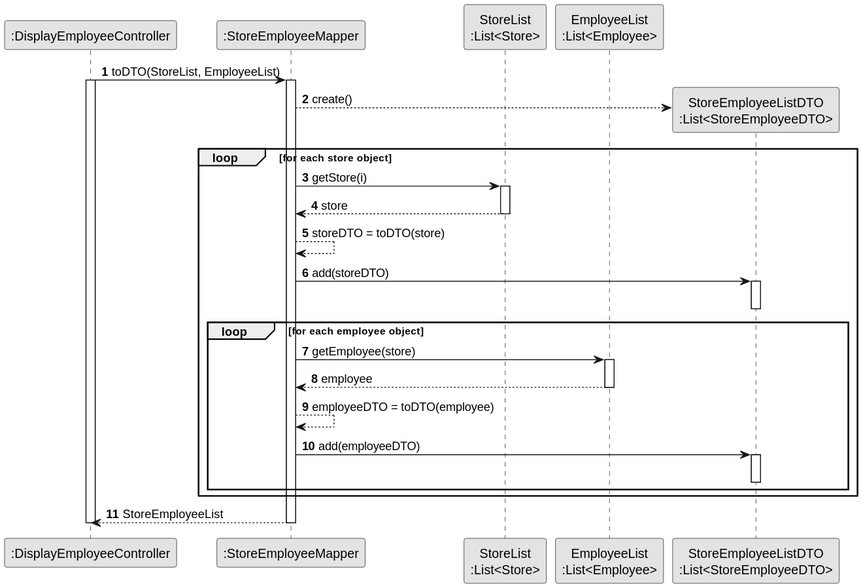
Above: docs/sprintD/US13/03.design/svg/us13-sequence-diagram-partial-toDTO.svg in PureNimble/ISEP-LAPR2 (PlantUML), before the change. The source it was exported from:
```plantuml
@startuml
skinparam monochrome true
skinparam packageStyle rectangle
skinparam shadowing false

autonumber

participant ":DisplayEmployeeController" as DisplayEmployeeController
participant ":StoreEmployeeMapper" as StoreEmployeeMapper
participant "StoreList\n:List<Store>" as StoreList
participant "EmployeeList\n:List<Employee>" as EmployeeList
participant "StoreEmployeeListDTO\n:List<StoreEmployeeDTO>" as StoreEmployeeList

        DisplayEmployeeController -> StoreEmployeeMapper : toDTO(StoreList, EmployeeList)
        activate DisplayEmployeeController
        activate StoreEmployeeMapper

        create StoreEmployeeList
        StoreEmployeeMapper --> StoreEmployeeList** : create()

        loop for each store object

            StoreEmployeeMapper -> StoreList : getStore(i)
            activate StoreList
            StoreList --> StoreEmployeeMapper : store
            deactivate StoreList

            StoreEmployeeMapper --> StoreEmployeeMapper : storeDTO = toDTO(store)

            StoreEmployeeMapper -> StoreEmployeeList : add(storeDTO)
            activate StoreEmployeeList
            deactivate StoreEmployeeList

            loop for each employee object

                StoreEmployeeMapper -> EmployeeList : getEmployee(store)
                activate EmployeeList
                EmployeeList --> StoreEmployeeMapper : employee
                deactivate EmployeeList
                StoreEmployeeMapper --> StoreEmployeeMapper : employeeDTO = toDTO(employee)
                StoreEmployeeMapper -> StoreEmployeeList : add(employeeDTO)
                activate StoreEmployeeList
                deactivate StoreEmployeeList

            end

        end

        StoreEmployeeMapper --> DisplayEmployeeController : StoreEmployeeList
        deactivate StoreEmployeeMapper

deactivate DisplayEmployeeController

@enduml
```
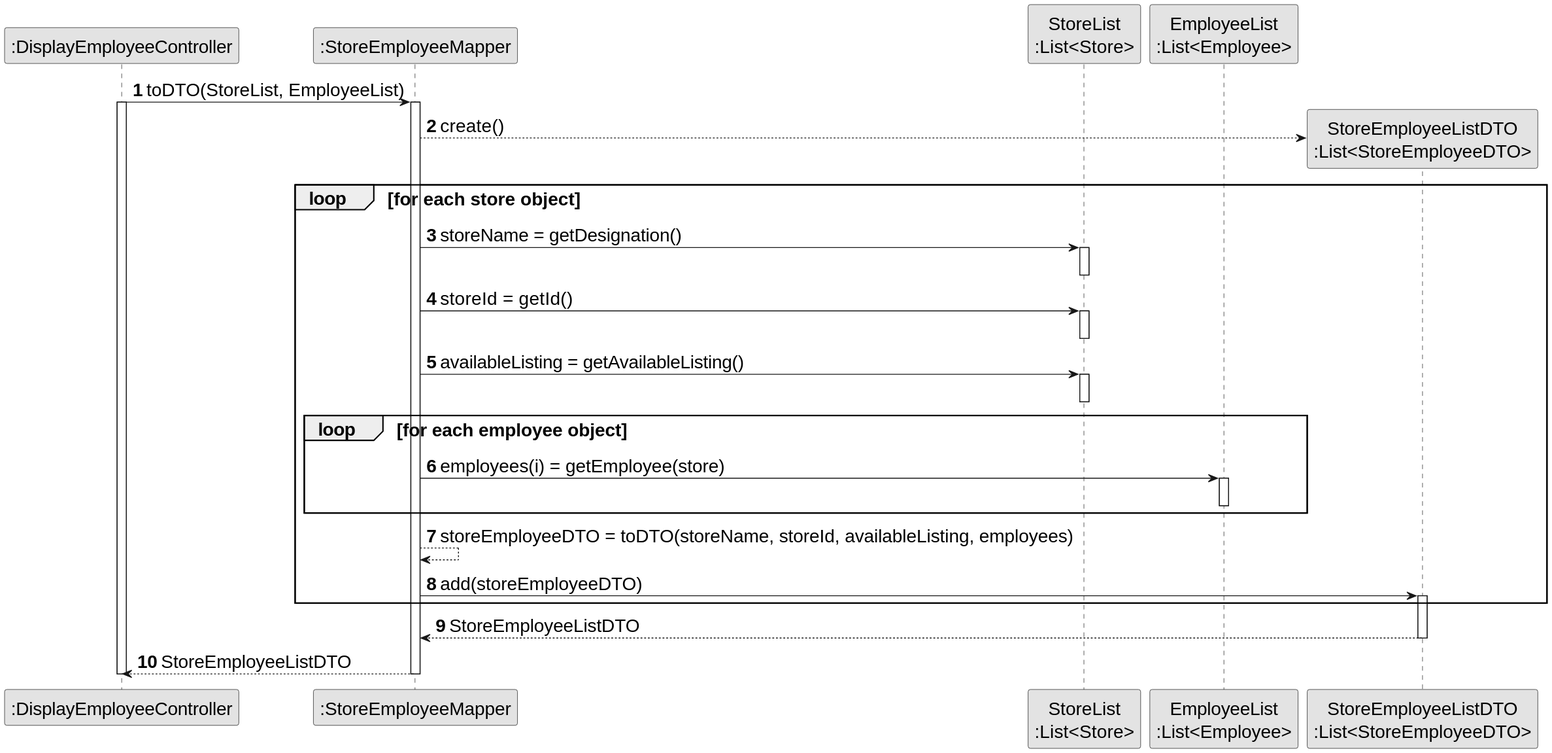
Above is the later version.

Change to the diagram source:
```diff
@@ -1,4 +1,5 @@
 @startuml
+skinparamlocked defaultFontSize 20
 skinparam monochrome true
 skinparam packageStyle rectangle
 skinparam shadowing false
@@ -20,35 +21,34 @@
 
         loop for each store object
 
-            StoreEmployeeMapper -> StoreList : getStore(i)
+            StoreEmployeeMapper -> StoreList : storeName = getDesignation()
             activate StoreList
-            StoreList --> StoreEmployeeMapper : store
             deactivate StoreList
 
-            StoreEmployeeMapper --> StoreEmployeeMapper : storeDTO = toDTO(store)
+            StoreEmployeeMapper -> StoreList : storeId = getId()
+            activate StoreList
+            deactivate StoreList
 
-            StoreEmployeeMapper -> StoreEmployeeList : add(storeDTO)
-            activate StoreEmployeeList
-            deactivate StoreEmployeeList
+            StoreEmployeeMapper -> StoreList : availableListing = getAvailableListing()
+            activate StoreList
+            deactivate StoreList
 
             loop for each employee object
 
-                StoreEmployeeMapper -> EmployeeList : getEmployee(store)
+                StoreEmployeeMapper -> EmployeeList : employees(i) = getEmployee(store)
                 activate EmployeeList
-                EmployeeList --> StoreEmployeeMapper : employee
                 deactivate EmployeeList
-                StoreEmployeeMapper --> StoreEmployeeMapper : employeeDTO = toDTO(employee)
-                StoreEmployeeMapper -> StoreEmployeeList : add(employeeDTO)
-                activate StoreEmployeeList
-                deactivate StoreEmployeeList
-
             end
 
+            StoreEmployeeMapper --> StoreEmployeeMapper : storeEmployeeDTO = toDTO(storeName, storeId, availableListing, employees)
+            StoreEmployeeMapper -> StoreEmployeeList : add(storeEmployeeDTO)
+            activate StoreEmployeeList
         end
+        StoreEmployeeList --> StoreEmployeeMapper : StoreEmployeeListDTO
+        deactivate StoreEmployeeList
 
-        StoreEmployeeMapper --> DisplayEmployeeController : StoreEmployeeList
+        StoreEmployeeMapper --> DisplayEmployeeController : StoreEmployeeListDTO
         deactivate StoreEmployeeMapper
 
 deactivate DisplayEmployeeController
-
 @enduml
```
